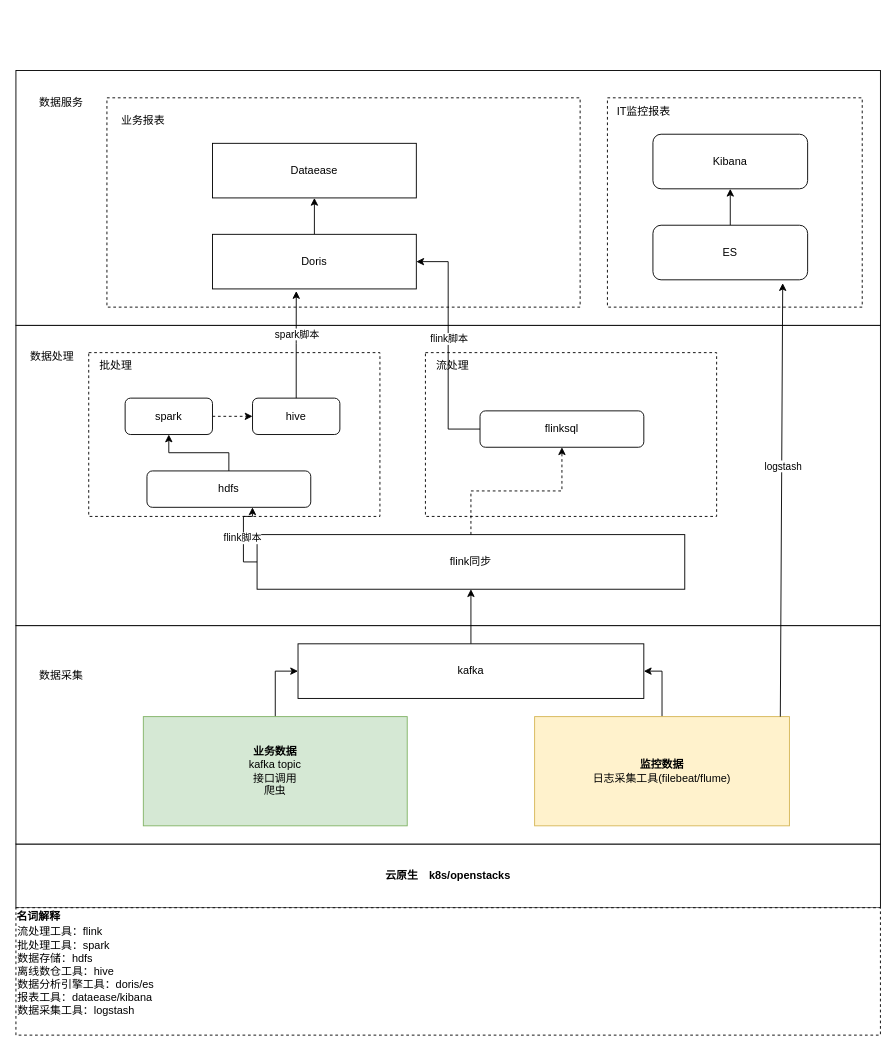
This is page "大数据(3.1)" (3 of 3) of 大数据架构.drawio from heyuan-sys/testgit, a draw.io file, before an edit. Source tidied: cells renumbered, new cells numbered last; positions are measured from the earlier drawing's top-left corner, leaving out a move shared by most shapes. Both pictures are drawn from the tidied source at 91%, with x=0, y=0 at pixel (15, 70).
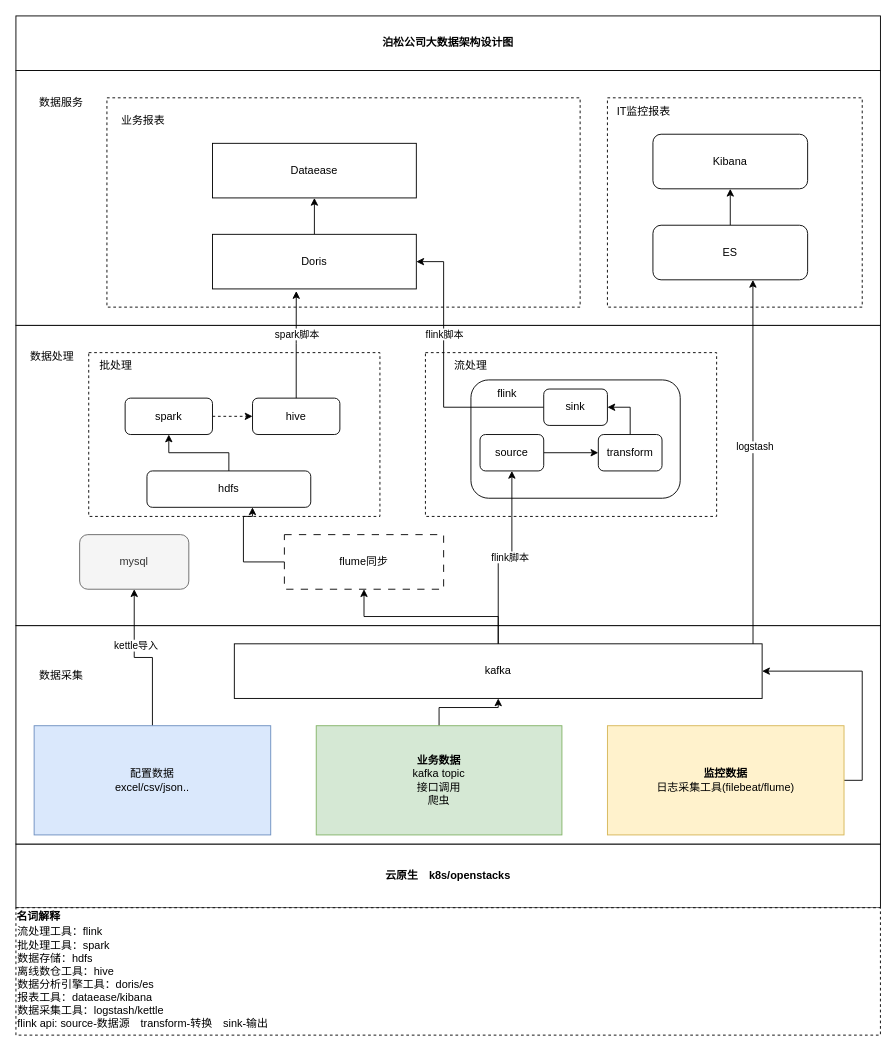
The same page after the edit.

Commit message:
更新大数据架构.drawio

Unchanged cells that the change refers to:
```xml
<mxCell id="3" style="rounded=0;whiteSpace=wrap;html=1;" parent="1" vertex="1">
  <mxGeometry y="610" width="950" height="240" as="geometry" />
</mxCell>
<mxCell id="19" style="edgeStyle=orthogonalEdgeStyle;rounded=0;jettySize=auto;html=1;entryX=0.644;entryY=1;entryDx=0;entryDy=0;entryPerimeter=0;" parent="1" edge="1" source="14" target="18">
  <mxGeometry relative="1" as="geometry">
    <Array as="points">
      <mxPoint x="250" y="540" />
      <mxPoint x="250" y="490" />
      <mxPoint x="260" y="490" />
    </Array>
  </mxGeometry>
</mxCell>
<mxCell id="30" style="rounded=0;whiteSpace=wrap;html=1;dashed=1;" parent="1" vertex="1">
  <mxGeometry x="650" y="30" width="280" height="230" as="geometry" />
</mxCell>
<mxCell id="32" value="ES" style="rounded=1;whiteSpace=wrap;html=1;" parent="1" vertex="1">
  <mxGeometry x="700" y="170" width="170" height="60" as="geometry" />
</mxCell>
<mxCell id="40" value="Doris" style="rounded=0;whiteSpace=wrap;html=1;" parent="1" vertex="1">
  <mxGeometry x="216" y="180" width="224" height="60" as="geometry" />
</mxCell>
```

The edit, as a diff of the source:
```diff
@@
-    <mxCell id="4" style="edgeStyle=orthogonalEdgeStyle;rounded=0;jettySize=auto;html=1;entryX=0;entryY=0.5;entryDx=0;entryDy=0;" parent="1" edge="1" source="5" target="13">
+    <mxCell id="4" style="edgeStyle=orthogonalEdgeStyle;rounded=0;jettySize=auto;html=1;" parent="1" edge="1" source="5" target="13">
       <mxGeometry relative="1" as="geometry" />
     </mxCell>
     <mxCell id="5" value="&lt;b&gt;业务数据&lt;br&gt;&lt;/b&gt;kafka topic&lt;br&gt;接口调用&lt;br&gt;爬虫" style="rounded=0;whiteSpace=wrap;html=1;fillColor=#d5e8d4;strokeColor=#82b366;" parent="1" vertex="1">
-      <mxGeometry x="140" y="710" width="290" height="120" as="geometry" />
+      <mxGeometry x="330" y="720" width="270" height="120" as="geometry" />
     </mxCell>
@@
+    <mxCell id="8" style="edgeStyle=orthogonalEdgeStyle;rounded=0;jettySize=auto;html=1;entryX=0.75;entryY=1;entryDx=0;entryDy=0;" parent="1" edge="1" source="3" target="32">
+      <mxGeometry relative="1" as="geometry" />
+    </mxCell>
-    <mxCell id="7" style="edgeStyle=orthogonalEdgeStyle;rounded=0;jettySize=auto;html=1;entryX=1;entryY=0.5;entryDx=0;entryDy=0;" parent="1" edge="1" source="9" target="13">
+    <mxCell id="7" style="edgeStyle=orthogonalEdgeStyle;rounded=0;jettySize=auto;html=1;entryX=1;entryY=0.5;entryDx=0;entryDy=0;exitX=1;exitY=0.5;exitDx=0;exitDy=0;" parent="1" edge="1" source="9" target="13">
       <mxGeometry relative="1" as="geometry" />
     </mxCell>
-    <mxCell id="8" style="edgeStyle=orthogonalEdgeStyle;rounded=0;jettySize=auto;html=1;entryX=0.75;entryY=1;entryDx=0;entryDy=0;" parent="1" edge="1" source="3" target="32">
-      <mxGeometry relative="1" as="geometry" />
-    </mxCell>
     <mxCell id="9" value="&lt;b&gt;监控数据&lt;/b&gt;&lt;br&gt;日志采集工具(filebeat/flume)" style="rounded=0;whiteSpace=wrap;html=1;fillColor=#fff2cc;strokeColor=#d6b656;" parent="1" vertex="1">
-      <mxGeometry x="570" y="710" width="280" height="120" as="geometry" />
+      <mxGeometry x="650" y="720" width="260" height="120" as="geometry" />
     </mxCell>
@@
     <mxCell id="13" value="kafka" style="rounded=0;whiteSpace=wrap;html=1;" parent="1" vertex="1">
-      <mxGeometry x="310" y="630" width="380" height="60" as="geometry" />
+      <mxGeometry x="240" y="630" width="580" height="60" as="geometry" />
     </mxCell>
-    <mxCell id="14" value="flink同步" style="rounded=0;whiteSpace=wrap;html=1;" parent="1" vertex="1">
-      <mxGeometry x="265" y="510" width="470" height="60" as="geometry" />
+    <mxCell id="14" value="flume同步" style="rounded=0;whiteSpace=wrap;html=1;dashed=1;dashPattern=8 8;" parent="1" vertex="1">
+      <mxGeometry x="295" y="510" width="175" height="60" as="geometry" />
     </mxCell>
@@
-    <mxCell id="20" value="flink脚本" style="edgeLabel;html=1;align=center;verticalAlign=middle;" parent="19" vertex="1">
-      <mxGeometry x="-0.01" y="2" relative="1" as="geometry" />
-    </mxCell>
@@
     <mxCell id="25" value="流处理" style="text;html=1;strokeColor=none;fillColor=none;align=center;verticalAlign=middle;whiteSpace=wrap;rounded=0;" parent="1" vertex="1">
-      <mxGeometry x="450" y="310" width="60" height="30" as="geometry" />
+      <mxGeometry x="470" y="310" width="60" height="30" as="geometry" />
     </mxCell>
-    <mxCell id="26" value="flinksql" style="rounded=1;whiteSpace=wrap;html=1;" parent="1" vertex="1">
-      <mxGeometry x="510" y="374" width="180" height="40" as="geometry" />
+    <mxCell id="26" style="rounded=1;whiteSpace=wrap;html=1;" parent="1" vertex="1">
+      <mxGeometry x="500" y="340" width="230" height="130" as="geometry" />
     </mxCell>
-    <mxCell id="27" style="edgeStyle=orthogonalEdgeStyle;rounded=0;jettySize=auto;html=1;entryX=0.5;entryY=1;entryDx=0;entryDy=0;dashed=1;" parent="1" edge="1" source="14" target="26">
-      <mxGeometry relative="1" as="geometry" />
-    </mxCell>
@@
-    <mxCell id="33" style="endArrow=classic;html=1;rounded=0;entryX=0.839;entryY=1.061;entryDx=0;entryDy=0;entryPerimeter=0;" parent="1" edge="1" target="32">
-      <mxGeometry relative="1" as="geometry">
-        <mxPoint x="840" y="710" as="sourcePoint" />
-      </mxGeometry>
-    </mxCell>
-    <mxCell id="34" value="logstash" style="edgeLabel;html=1;align=center;verticalAlign=middle;" parent="33" vertex="1">
-      <mxGeometry x="0.16" y="-1" relative="1" as="geometry" />
-    </mxCell>
@@
-    <mxCell id="43" style="edgeStyle=orthogonalEdgeStyle;rounded=0;jettySize=auto;html=1;entryX=1;entryY=0.5;entryDx=0;entryDy=0;" parent="1" edge="1" source="26" target="40">
-      <mxGeometry relative="1" as="geometry" />
+    <mxCell id="43" style="edgeStyle=orthogonalEdgeStyle;rounded=0;jettySize=auto;html=1;entryX=1;entryY=0.5;entryDx=0;entryDy=0;" parent="1" edge="1" source="56" target="40">
+      <mxGeometry relative="1" as="geometry">
+        <Array as="points">
+          <mxPoint x="470" y="370" />
+          <mxPoint x="470" y="210" />
+        </Array>
+      </mxGeometry>
     </mxCell>
     <mxCell id="44" value="flink脚本" style="edgeLabel;html=1;align=center;verticalAlign=middle;" parent="43" vertex="1">
-      <mxGeometry x="0.06" relative="1" as="geometry" />
+      <mxGeometry x="0.06" relative="1" as="geometry">
+        <mxPoint y="-32" as="offset" />
+      </mxGeometry>
     </mxCell>
@@
-    <mxCell id="46" value="&lt;font style=&quot;font-size: 12px;&quot;&gt;流处理工具：flink&lt;br&gt;批处理工具：spark&lt;br&gt;数据存储：hdfs&lt;br&gt;离线数仓工具：hive&lt;br&gt;数据分析引擎工具：doris/es&lt;br&gt;报表工具：dataease/kibana&lt;br&gt;数据采集工具：logstash&lt;br&gt;&lt;/font&gt;" style="rounded=0;whiteSpace=wrap;html=1;dashed=1;align=left;" parent="1" vertex="1">
+    <mxCell id="46" value="&lt;div&gt;&lt;font style=&quot;font-size: 12px;&quot;&gt;&lt;br&gt;&lt;/font&gt;&lt;/div&gt;&lt;font style=&quot;font-size: 12px;&quot;&gt;流处理工具：flink&lt;br&gt;批处理工具：spark&lt;br&gt;数据存储：hdfs&lt;br&gt;离线数仓工具：hive&lt;br&gt;数据分析引擎工具：doris/es&lt;br&gt;报表工具：dataease/kibana&lt;br&gt;数据采集工具：logstash/kettle&lt;br&gt;&lt;/font&gt;&lt;div&gt;&lt;font style=&quot;font-size: 12px;&quot;&gt;flink api: source-数据源　transform-转换　sink-输出&lt;/font&gt;&lt;/div&gt;" style="rounded=0;whiteSpace=wrap;html=1;dashed=1;align=left;" parent="1" vertex="1">
       <mxGeometry y="920" width="950" height="140" as="geometry" />
     </mxCell>
@@
+    <mxCell id="48" style="endArrow=classic;html=1;rounded=0;entryX=0.571;entryY=0.87;entryDx=0;entryDy=0;entryPerimeter=0;" parent="1" edge="1" target="30">
+      <mxGeometry relative="1" as="geometry">
+        <mxPoint x="810" y="630" as="sourcePoint" />
+      </mxGeometry>
+    </mxCell>
+    <mxCell id="34" value="logstash" style="edgeLabel;html=1;align=center;verticalAlign=middle;" parent="48" vertex="1">
+      <mxGeometry x="0.08" y="-2" relative="1" as="geometry" />
+    </mxCell>
+    <mxCell id="49" style="edgeStyle=orthogonalEdgeStyle;rounded=0;jettySize=auto;html=1;" parent="1" edge="1" source="51" target="52">
+      <mxGeometry relative="1" as="geometry" />
+    </mxCell>
+    <mxCell id="50" value="kettle导入" style="edgeLabel;html=1;align=center;verticalAlign=middle;" parent="49" vertex="1">
+      <mxGeometry x="0.28" y="-1" relative="1" as="geometry" />
+    </mxCell>
+    <mxCell id="51" value="配置数据&lt;div&gt;excel/csv/json..&lt;/div&gt;" style="rounded=0;whiteSpace=wrap;html=1;fillColor=#dae8fc;strokeColor=#6c8ebf;" parent="1" vertex="1">
+      <mxGeometry x="20" y="720" width="260" height="120" as="geometry" />
+    </mxCell>
+    <mxCell id="52" value="mysql" style="rounded=1;whiteSpace=wrap;html=1;fillColor=#f5f5f5;fontColor=#333333;strokeColor=#666666;" parent="1" vertex="1">
+      <mxGeometry x="70" y="510" width="120" height="60" as="geometry" />
+    </mxCell>
+    <mxCell id="53" value="flink" style="text;html=1;align=center;verticalAlign=middle;whiteSpace=wrap;rounded=0;" parent="1" vertex="1">
+      <mxGeometry x="510" y="340" width="60" height="30" as="geometry" />
+    </mxCell>
+    <mxCell id="54" style="edgeStyle=orthogonalEdgeStyle;rounded=0;jettySize=auto;html=1;" parent="1" edge="1" source="55" target="58">
+      <mxGeometry relative="1" as="geometry" />
+    </mxCell>
+    <mxCell id="55" value="source" style="rounded=1;whiteSpace=wrap;html=1;" parent="1" vertex="1">
+      <mxGeometry x="510" y="400" width="70" height="40" as="geometry" />
+    </mxCell>
+    <mxCell id="56" value="sink" style="rounded=1;whiteSpace=wrap;html=1;" parent="1" vertex="1">
+      <mxGeometry x="580" y="350" width="70" height="40" as="geometry" />
+    </mxCell>
+    <mxCell id="57" style="edgeStyle=orthogonalEdgeStyle;rounded=0;jettySize=auto;html=1;entryX=1;entryY=0.5;entryDx=0;entryDy=0;" parent="1" edge="1" source="58" target="56">
+      <mxGeometry relative="1" as="geometry" />
+    </mxCell>
+    <mxCell id="58" value="transform" style="rounded=1;whiteSpace=wrap;html=1;" parent="1" vertex="1">
+      <mxGeometry x="640" y="400" width="70" height="40" as="geometry" />
+    </mxCell>
+    <mxCell id="59" style="edgeStyle=orthogonalEdgeStyle;rounded=0;jettySize=auto;html=1;" parent="1" edge="1" source="13" target="55">
+      <mxGeometry relative="1" as="geometry" />
+    </mxCell>
+    <mxCell id="20" value="flink脚本" style="edgeLabel;html=1;align=center;verticalAlign=middle;" parent="59" vertex="1">
+      <mxGeometry x="0.04" y="1" relative="1" as="geometry" />
+    </mxCell>
+    <mxCell id="60" value="&lt;b&gt;泊松公司大数据架构设计图&lt;/b&gt;" style="rounded=0;whiteSpace=wrap;html=1;" parent="1" vertex="1">
+      <mxGeometry y="-60" width="950" height="60" as="geometry" />
+    </mxCell>
```
